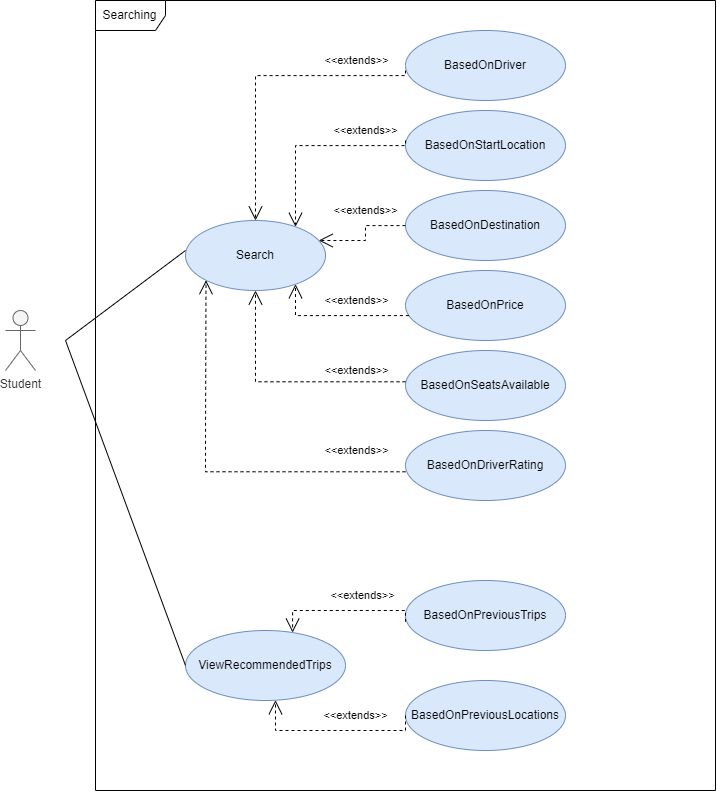
COS301-SE-2022/Carpool keeps this draw.io diagram as Documentation/Software Requirements and Design Specifications/images/SearchingUseCase.drawio.png. Above is the earlier version. Source tidied: cells renumbered, new cells last; positions are measured from the earlier drawing's top-left corner, leaving out a move shared by most shapes. Source of this version:
```xml
<mxGraphModel>
  <root>
    <mxCell id="0" />
    <mxCell id="1" parent="0" />
    <mxCell id="2" value="Searching" style="shape=umlFrame;whiteSpace=wrap;html=1;width=70;height=30;" parent="1" vertex="1">
      <mxGeometry x="90" width="620" height="790" as="geometry" />
    </mxCell>
    <mxCell id="3" value="Student" style="shape=umlActor;verticalLabelPosition=bottom;verticalAlign=top;html=1;fillColor=#f5f5f5;fontColor=#333333;strokeColor=#666666;" parent="1" vertex="1">
      <mxGeometry y="310" width="30" height="60" as="geometry" />
    </mxCell>
    <mxCell id="4" value="ViewRecommendedTrips" style="ellipse;whiteSpace=wrap;html=1;fillColor=#dae8fc;strokeColor=#6c8ebf;" parent="1" vertex="1">
      <mxGeometry x="180" y="630" width="160" height="70" as="geometry" />
    </mxCell>
    <mxCell id="5" value="Search" style="ellipse;whiteSpace=wrap;html=1;fillColor=#dae8fc;strokeColor=#6c8ebf;" parent="1" vertex="1">
      <mxGeometry x="180" y="220" width="140" height="70" as="geometry" />
    </mxCell>
    <mxCell id="6" value="BasedOnPreviousLocations" style="ellipse;whiteSpace=wrap;html=1;fillColor=#dae8fc;strokeColor=#6c8ebf;" parent="1" vertex="1">
      <mxGeometry x="400" y="680" width="160" height="70" as="geometry" />
    </mxCell>
    <mxCell id="7" value="BasedOnPreviousTrips" style="ellipse;whiteSpace=wrap;html=1;fillColor=#dae8fc;strokeColor=#6c8ebf;" parent="1" vertex="1">
      <mxGeometry x="400" y="580" width="160" height="70" as="geometry" />
    </mxCell>
    <mxCell id="8" value="BasedOnDriver" style="ellipse;whiteSpace=wrap;html=1;fillColor=#dae8fc;strokeColor=#6c8ebf;" parent="1" vertex="1">
      <mxGeometry x="400" y="30" width="160" height="70" as="geometry" />
    </mxCell>
    <mxCell id="9" value="BasedOnStartLocation" style="ellipse;whiteSpace=wrap;html=1;fillColor=#dae8fc;strokeColor=#6c8ebf;" parent="1" vertex="1">
      <mxGeometry x="400" y="110" width="160" height="70" as="geometry" />
    </mxCell>
    <mxCell id="10" value="BasedOnDestination" style="ellipse;whiteSpace=wrap;html=1;fillColor=#dae8fc;strokeColor=#6c8ebf;" parent="1" vertex="1">
      <mxGeometry x="400" y="190" width="160" height="70" as="geometry" />
    </mxCell>
    <mxCell id="11" value="BasedOnPrice" style="ellipse;whiteSpace=wrap;html=1;fillColor=#dae8fc;strokeColor=#6c8ebf;" parent="1" vertex="1">
      <mxGeometry x="400" y="270" width="160" height="70" as="geometry" />
    </mxCell>
    <mxCell id="12" value="BasedOnSeatsAvailable" style="ellipse;whiteSpace=wrap;html=1;fillColor=#dae8fc;strokeColor=#6c8ebf;" parent="1" vertex="1">
      <mxGeometry x="400" y="350" width="160" height="70" as="geometry" />
    </mxCell>
    <mxCell id="13" value="BasedOnDriverRating" style="ellipse;whiteSpace=wrap;html=1;fillColor=#dae8fc;strokeColor=#6c8ebf;" parent="1" vertex="1">
      <mxGeometry x="400" y="430" width="160" height="70" as="geometry" />
    </mxCell>
    <mxCell id="14" style="endArrow=none;html=1;rounded=0;" parent="1" edge="1">
      <mxGeometry relative="1" as="geometry">
        <mxPoint x="60" y="340" as="sourcePoint" />
        <mxPoint x="180" y="250" as="targetPoint" />
      </mxGeometry>
    </mxCell>
    <mxCell id="15" style="endArrow=none;html=1;rounded=0;entryX=0;entryY=0.5;entryDx=0;entryDy=0;" parent="1" edge="1" target="4">
      <mxGeometry relative="1" as="geometry">
        <mxPoint x="60" y="340" as="sourcePoint" />
      </mxGeometry>
    </mxCell>
    <mxCell id="16" value="&amp;lt;&amp;lt;extends&amp;gt;&amp;gt;" style="endArrow=open;endSize=12;dashed=1;html=1;rounded=0;edgeStyle=orthogonalEdgeStyle;" parent="1" edge="1" target="5">
      <mxGeometry x="-0.63" y="-15" relative="1" as="geometry">
        <mxPoint x="400" y="70" as="sourcePoint" />
        <Array as="points">
          <mxPoint x="250" y="75" />
        </Array>
      </mxGeometry>
    </mxCell>
    <mxCell id="17" value="&amp;lt;&amp;lt;extends&amp;gt;&amp;gt;" style="endArrow=open;endSize=12;dashed=1;html=1;rounded=0;edgeStyle=orthogonalEdgeStyle;" parent="1" edge="1" target="5">
      <mxGeometry x="-0.54" y="-15" relative="1" as="geometry">
        <mxPoint x="400" y="140" as="sourcePoint" />
        <Array as="points">
          <mxPoint x="400" y="145" />
          <mxPoint x="290" y="145" />
        </Array>
      </mxGeometry>
    </mxCell>
    <mxCell id="18" value="&amp;lt;&amp;lt;extends&amp;gt;&amp;gt;" style="endArrow=open;endSize=12;dashed=1;html=1;rounded=0;edgeStyle=orthogonalEdgeStyle;" parent="1" edge="1" source="10" target="5">
      <mxGeometry x="-0.21" y="-15" relative="1" as="geometry">
        <Array as="points">
          <mxPoint x="360" y="225" />
          <mxPoint x="360" y="240" />
        </Array>
        <mxPoint x="15" y="-15" as="offset" />
      </mxGeometry>
    </mxCell>
    <mxCell id="19" value="&amp;lt;&amp;lt;extends&amp;gt;&amp;gt;" style="endArrow=open;endSize=12;dashed=1;html=1;rounded=0;edgeStyle=orthogonalEdgeStyle;" parent="1" edge="1" source="11" target="5">
      <mxGeometry x="-0.26" y="-15" relative="1" as="geometry">
        <Array as="points">
          <mxPoint x="290" y="315" />
        </Array>
      </mxGeometry>
    </mxCell>
    <mxCell id="20" value="&amp;lt;&amp;lt;extends&amp;gt;&amp;gt;" style="endArrow=open;endSize=12;dashed=1;html=1;rounded=0;edgeStyle=orthogonalEdgeStyle;" parent="1" edge="1" target="5">
      <mxGeometry x="-0.59" y="-11" relative="1" as="geometry">
        <mxPoint x="400" y="381.3" as="sourcePoint" />
        <Array as="points">
          <mxPoint x="250" y="381" />
        </Array>
      </mxGeometry>
    </mxCell>
    <mxCell id="21" value="&amp;lt;&amp;lt;extends&amp;gt;&amp;gt;" style="endArrow=open;endSize=12;dashed=1;html=1;rounded=0;edgeStyle=orthogonalEdgeStyle;entryX=0;entryY=1;entryDx=0;entryDy=0;" parent="1" edge="1" target="5">
      <mxGeometry x="-0.74" y="-21" relative="1" as="geometry">
        <mxPoint x="400" y="471.3" as="sourcePoint" />
        <Array as="points">
          <mxPoint x="200" y="471" />
          <mxPoint x="200" y="440" />
        </Array>
      </mxGeometry>
    </mxCell>
    <mxCell id="22" value="&amp;lt;&amp;lt;extends&amp;gt;&amp;gt;" style="endArrow=open;endSize=12;dashed=1;html=1;rounded=0;edgeStyle=orthogonalEdgeStyle;" parent="1" edge="1" target="4">
      <mxGeometry x="-0.26" y="-15" relative="1" as="geometry">
        <mxPoint x="400" y="621.3" as="sourcePoint" />
        <Array as="points">
          <mxPoint x="400" y="610" />
          <mxPoint x="287" y="610" />
        </Array>
      </mxGeometry>
    </mxCell>
    <mxCell id="23" value="&amp;lt;&amp;lt;extends&amp;gt;&amp;gt;" style="endArrow=open;endSize=12;dashed=1;html=1;rounded=0;edgeStyle=orthogonalEdgeStyle;exitX=0;exitY=0.5;exitDx=0;exitDy=0;" parent="1" edge="1" source="6" target="4">
      <mxGeometry x="-0.26" y="-15" relative="1" as="geometry">
        <Array as="points">
          <mxPoint x="400" y="730" />
          <mxPoint x="270" y="730" />
        </Array>
      </mxGeometry>
    </mxCell>
  </root>
</mxGraphModel>
```
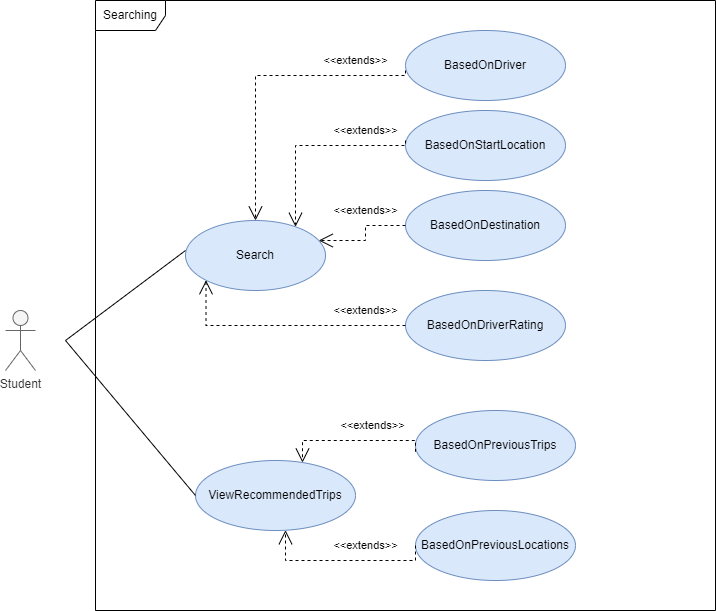
After the commit.

Diff of the diagram source:
```diff
@@ -3,22 +3,22 @@
     <mxCell id="0" />
     <mxCell id="1" parent="0" />
     <mxCell id="2" value="Searching" style="shape=umlFrame;whiteSpace=wrap;html=1;width=70;height=30;" parent="1" vertex="1">
-      <mxGeometry x="90" width="620" height="790" as="geometry" />
+      <mxGeometry x="90" width="620" height="610" as="geometry" />
     </mxCell>
     <mxCell id="3" value="Student" style="shape=umlActor;verticalLabelPosition=bottom;verticalAlign=top;html=1;fillColor=#f5f5f5;fontColor=#333333;strokeColor=#666666;" parent="1" vertex="1">
       <mxGeometry y="310" width="30" height="60" as="geometry" />
     </mxCell>
     <mxCell id="4" value="ViewRecommendedTrips" style="ellipse;whiteSpace=wrap;html=1;fillColor=#dae8fc;strokeColor=#6c8ebf;" parent="1" vertex="1">
-      <mxGeometry x="180" y="630" width="160" height="70" as="geometry" />
+      <mxGeometry x="190" y="460" width="160" height="70" as="geometry" />
     </mxCell>
     <mxCell id="5" value="Search" style="ellipse;whiteSpace=wrap;html=1;fillColor=#dae8fc;strokeColor=#6c8ebf;" parent="1" vertex="1">
       <mxGeometry x="180" y="220" width="140" height="70" as="geometry" />
     </mxCell>
     <mxCell id="6" value="BasedOnPreviousLocations" style="ellipse;whiteSpace=wrap;html=1;fillColor=#dae8fc;strokeColor=#6c8ebf;" parent="1" vertex="1">
-      <mxGeometry x="400" y="680" width="160" height="70" as="geometry" />
+      <mxGeometry x="410" y="510" width="160" height="70" as="geometry" />
     </mxCell>
     <mxCell id="7" value="BasedOnPreviousTrips" style="ellipse;whiteSpace=wrap;html=1;fillColor=#dae8fc;strokeColor=#6c8ebf;" parent="1" vertex="1">
-      <mxGeometry x="400" y="580" width="160" height="70" as="geometry" />
+      <mxGeometry x="410" y="410" width="160" height="70" as="geometry" />
     </mxCell>
     <mxCell id="8" value="BasedOnDriver" style="ellipse;whiteSpace=wrap;html=1;fillColor=#dae8fc;strokeColor=#6c8ebf;" parent="1" vertex="1">
       <mxGeometry x="400" y="30" width="160" height="70" as="geometry" />
@@ -29,14 +29,8 @@
     <mxCell id="10" value="BasedOnDestination" style="ellipse;whiteSpace=wrap;html=1;fillColor=#dae8fc;strokeColor=#6c8ebf;" parent="1" vertex="1">
       <mxGeometry x="400" y="190" width="160" height="70" as="geometry" />
     </mxCell>
-    <mxCell id="11" value="BasedOnPrice" style="ellipse;whiteSpace=wrap;html=1;fillColor=#dae8fc;strokeColor=#6c8ebf;" parent="1" vertex="1">
-      <mxGeometry x="400" y="270" width="160" height="70" as="geometry" />
-    </mxCell>
-    <mxCell id="12" value="BasedOnSeatsAvailable" style="ellipse;whiteSpace=wrap;html=1;fillColor=#dae8fc;strokeColor=#6c8ebf;" parent="1" vertex="1">
-      <mxGeometry x="400" y="350" width="160" height="70" as="geometry" />
-    </mxCell>
     <mxCell id="13" value="BasedOnDriverRating" style="ellipse;whiteSpace=wrap;html=1;fillColor=#dae8fc;strokeColor=#6c8ebf;" parent="1" vertex="1">
-      <mxGeometry x="400" y="430" width="160" height="70" as="geometry" />
+      <mxGeometry x="400" y="290" width="160" height="70" as="geometry" />
     </mxCell>
     <mxCell id="14" style="endArrow=none;html=1;rounded=0;" parent="1" edge="1">
       <mxGeometry relative="1" as="geometry">
@@ -75,44 +69,27 @@
         <mxPoint x="15" y="-15" as="offset" />
       </mxGeometry>
     </mxCell>
-    <mxCell id="19" value="&amp;lt;&amp;lt;extends&amp;gt;&amp;gt;" style="endArrow=open;endSize=12;dashed=1;html=1;rounded=0;edgeStyle=orthogonalEdgeStyle;" parent="1" edge="1" source="11" target="5">
-      <mxGeometry x="-0.26" y="-15" relative="1" as="geometry">
-        <Array as="points">
-          <mxPoint x="290" y="315" />
-        </Array>
-      </mxGeometry>
-    </mxCell>
-    <mxCell id="20" value="&amp;lt;&amp;lt;extends&amp;gt;&amp;gt;" style="endArrow=open;endSize=12;dashed=1;html=1;rounded=0;edgeStyle=orthogonalEdgeStyle;" parent="1" edge="1" target="5">
-      <mxGeometry x="-0.59" y="-11" relative="1" as="geometry">
-        <mxPoint x="400" y="381.3" as="sourcePoint" />
-        <Array as="points">
-          <mxPoint x="250" y="381" />
-        </Array>
-      </mxGeometry>
-    </mxCell>
-    <mxCell id="21" value="&amp;lt;&amp;lt;extends&amp;gt;&amp;gt;" style="endArrow=open;endSize=12;dashed=1;html=1;rounded=0;edgeStyle=orthogonalEdgeStyle;entryX=0;entryY=1;entryDx=0;entryDy=0;" parent="1" edge="1" target="5">
-      <mxGeometry x="-0.74" y="-21" relative="1" as="geometry">
-        <mxPoint x="400" y="471.3" as="sourcePoint" />
+    <mxCell id="21" value="&amp;lt;&amp;lt;extends&amp;gt;&amp;gt;" style="endArrow=open;endSize=12;dashed=1;html=1;rounded=0;edgeStyle=orthogonalEdgeStyle;entryX=0;entryY=1;entryDx=0;entryDy=0;exitX=0;exitY=0.5;exitDx=0;exitDy=0;" parent="1" edge="1" source="13" target="5">
+      <mxGeometry x="-0.67" y="-15" relative="1" as="geometry">
         <Array as="points">
-          <mxPoint x="200" y="471" />
-          <mxPoint x="200" y="440" />
+          <mxPoint x="201" y="325" />
         </Array>
       </mxGeometry>
     </mxCell>
     <mxCell id="22" value="&amp;lt;&amp;lt;extends&amp;gt;&amp;gt;" style="endArrow=open;endSize=12;dashed=1;html=1;rounded=0;edgeStyle=orthogonalEdgeStyle;" parent="1" edge="1" target="4">
       <mxGeometry x="-0.26" y="-15" relative="1" as="geometry">
-        <mxPoint x="400" y="621.3" as="sourcePoint" />
+        <mxPoint x="410" y="451.3" as="sourcePoint" />
         <Array as="points">
-          <mxPoint x="400" y="610" />
-          <mxPoint x="287" y="610" />
+          <mxPoint x="410" y="440" />
+          <mxPoint x="297" y="440" />
         </Array>
       </mxGeometry>
     </mxCell>
     <mxCell id="23" value="&amp;lt;&amp;lt;extends&amp;gt;&amp;gt;" style="endArrow=open;endSize=12;dashed=1;html=1;rounded=0;edgeStyle=orthogonalEdgeStyle;exitX=0;exitY=0.5;exitDx=0;exitDy=0;" parent="1" edge="1" source="6" target="4">
       <mxGeometry x="-0.26" y="-15" relative="1" as="geometry">
         <Array as="points">
-          <mxPoint x="400" y="730" />
-          <mxPoint x="270" y="730" />
+          <mxPoint x="410" y="560" />
+          <mxPoint x="280" y="560" />
         </Array>
       </mxGeometry>
     </mxCell>
```
